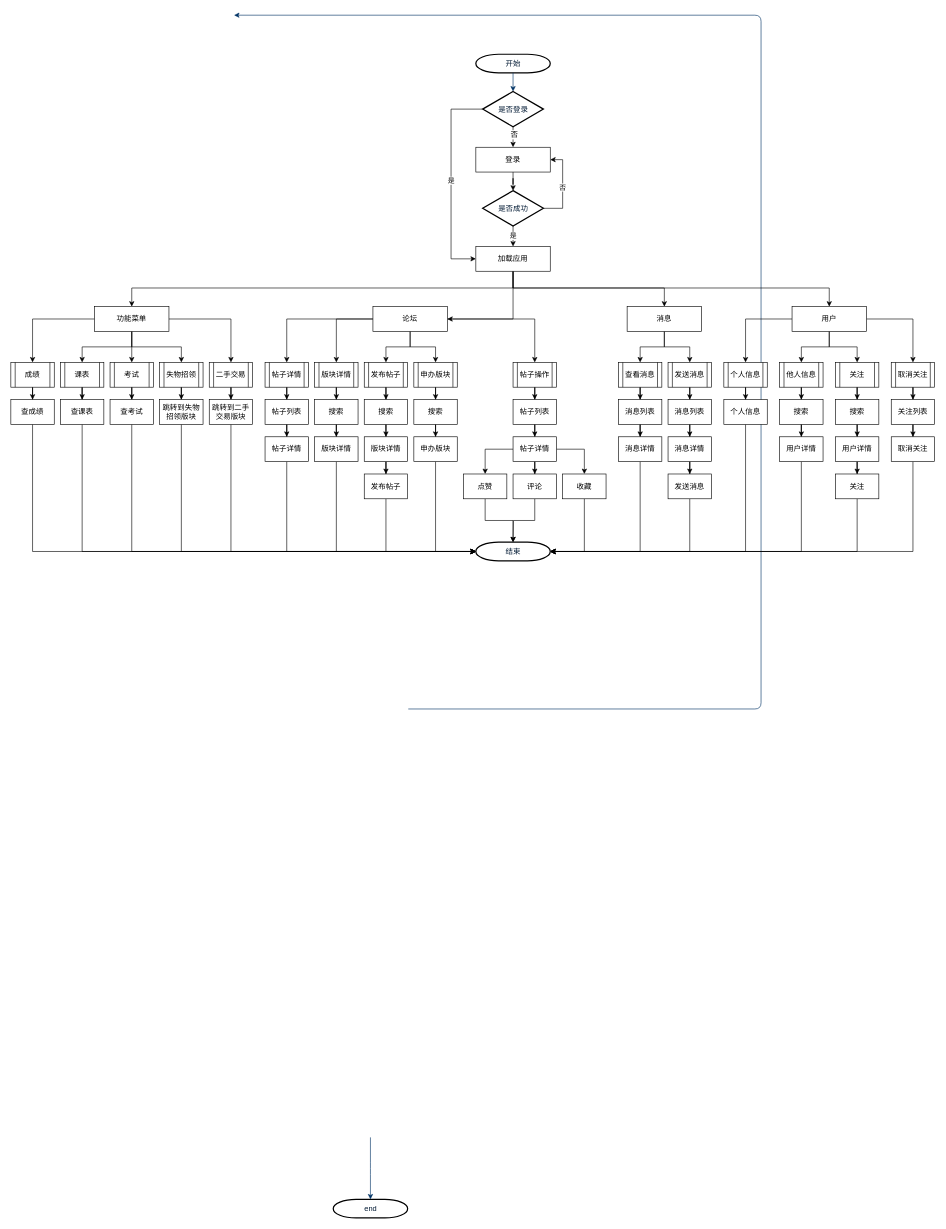
Earlier version of the draw.io diagram public/系统流程图.drawio (CodeMonkeyJeffGT/youBack). Source tidied: cells renumbered, new cells numbered last; positions are measured from the earlier drawing's top-left corner, leaving out a move shared by most shapes. Both pictures are drawn from the tidied source at 62%, with x=0, y=0 at pixel (11, 15).
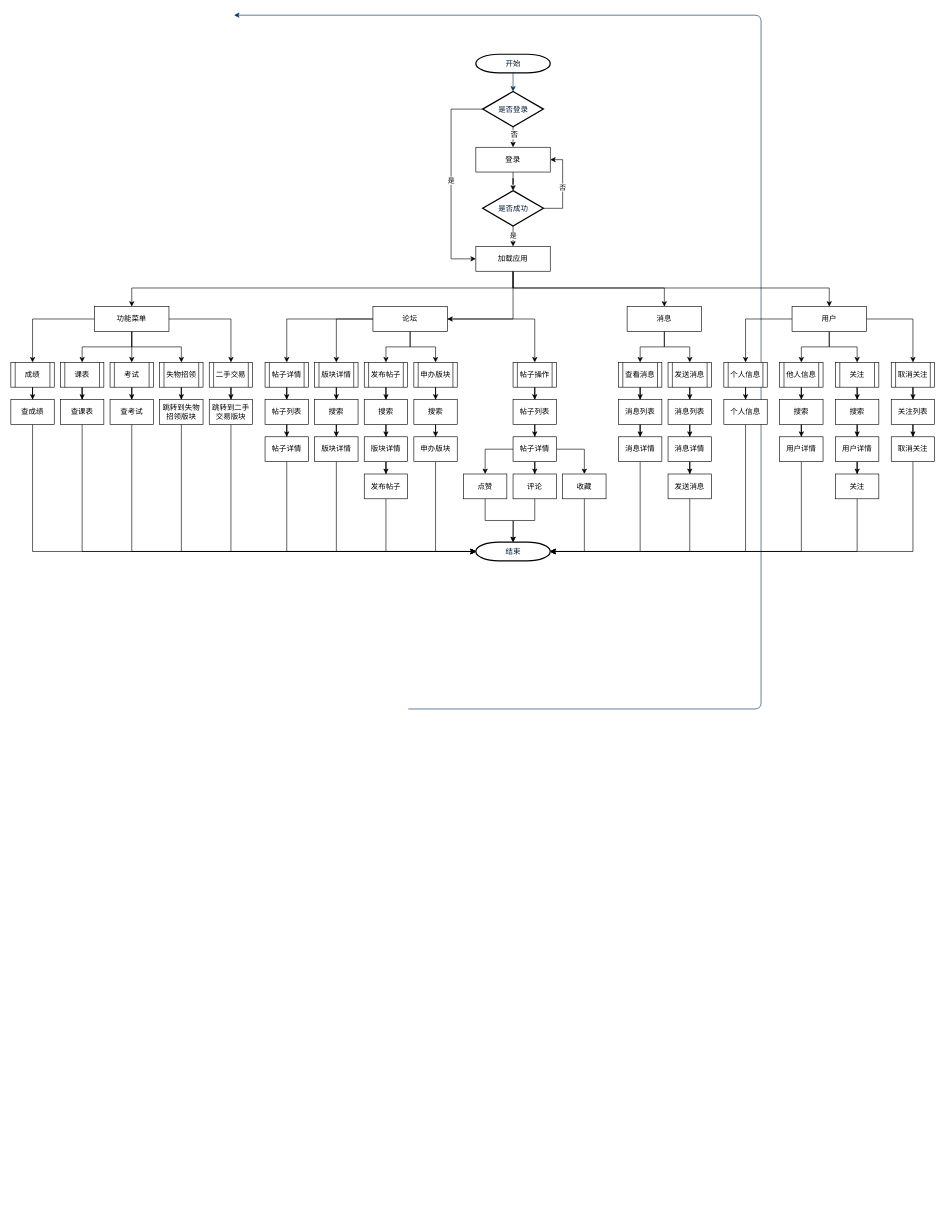
The same page after the edit.

Commit message (it also covers changes not shown here):
更新系统流程图.drawio

Change to the diagram source:
```diff
@@
-    <mxCell id="4" value="end" style="shape=mxgraph.flowchart.terminator;fillColor=#FFFFFF;strokeColor=#000000;strokeWidth=2;gradientColor=none;gradientDirection=north;fontColor=#001933;fontStyle=0;html=1;" parent="1" vertex="1">
-      <mxGeometry x="520" y="1910" width="120" height="30" as="geometry" />
-    </mxCell>
-    <mxCell id="5" style="edgeStyle=elbowEdgeStyle;elbow=vertical;exitX=0.5;exitY=1;exitPerimeter=0;entryX=0.5;entryY=0;entryPerimeter=0;fontColor=#001933;fontStyle=1;strokeColor=#003366;strokeWidth=1;html=1;" parent="1" edge="1" target="4">
-      <mxGeometry x="260" as="geometry">
-        <mxPoint x="580" y="1810" as="sourcePoint" />
-      </mxGeometry>
-    </mxCell>
```
